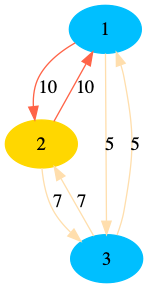
This is run/output/graph057.gv.png from CarlosMatheus/Distributed-Minimum-Spanning-Tree, a Graphviz export, as it was before one commit. Its source is kept beside it as run/output/graph057.gv. Its diagram source:
```dot
digraph "output/graph057" {
	1 [color=deepskyblue1 style=filled]
	2 [color=gold1 style=filled]
	3 [color=deepskyblue1 style=filled]
	1 -> 2 [label=10 color=tomato]
	2 -> 1 [label=10 color=tomato]
	2 -> 3 [label=7 color=navajowhite]
	3 -> 2 [label=7 color=navajowhite]
	1 -> 3 [label=5 color=navajowhite]
	3 -> 1 [label=5 color=navajowhite]
}
```
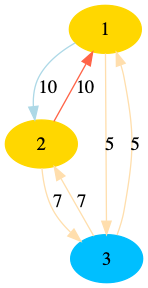
After the change.

The edit, as a diff of the source:
```diff
@@ -1,8 +1,8 @@
 digraph "output/graph057" {
-	1 [color=deepskyblue1 style=filled]
+	1 [color=gold1 style=filled]
 	2 [color=gold1 style=filled]
 	3 [color=deepskyblue1 style=filled]
-	1 -> 2 [label=10 color=tomato]
+	1 -> 2 [label=10 color=lightblue]
 	2 -> 1 [label=10 color=tomato]
 	2 -> 3 [label=7 color=navajowhite]
 	3 -> 2 [label=7 color=navajowhite]
```
